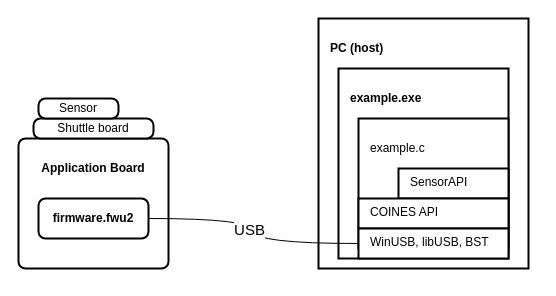
Before: doc/docs/accessing_the_sensor_on_application_board/working_princpile_run_on_pc.drawio in pasunthamizh/COINES, a draw.io diagram. Source tidied: cells renumbered, new cells numbered last; positions are measured from the earlier drawing's top-left corner, leaving out a move shared by most shapes. Both pictures are drawn from the tidied source at 100%, with x=0, y=0 at pixel (18, 18).
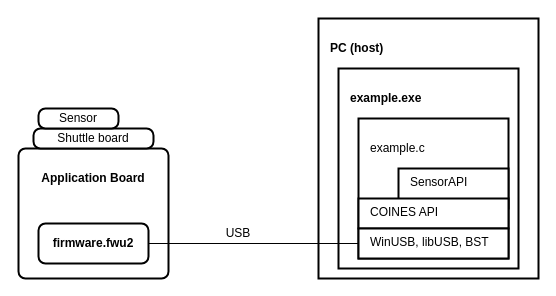
Above is the later version.

The edit, as a diff of the source:
```diff
@@
 <mxGraphModel>
   <root>
     <mxCell id="0" />
     <mxCell id="1" parent="0" />
     <mxCell id="2" value="&lt;h4&gt;Application Board&lt;/h4&gt;" style="rounded=1;whiteSpace=wrap;html=1;absoluteArcSize=1;arcSize=14;strokeWidth=2;horizontal=1;verticalAlign=top;" parent="1" vertex="1">
-      <mxGeometry y="120" width="150" height="130" as="geometry" />
+      <mxGeometry y="130" width="150" height="130" as="geometry" />
     </mxCell>
     <mxCell id="3" value="&lt;b&gt;firmware.fwu2&lt;/b&gt;" style="rounded=1;whiteSpace=wrap;html=1;absoluteArcSize=1;arcSize=14;strokeWidth=2;" parent="1" vertex="1">
-      <mxGeometry x="20" y="180" width="110" height="40" as="geometry" />
+      <mxGeometry x="20" y="205" width="110" height="40" as="geometry" />
     </mxCell>
     <mxCell id="4" value="Shuttle board" style="rounded=1;whiteSpace=wrap;html=1;absoluteArcSize=1;arcSize=14;strokeWidth=2;" parent="1" vertex="1">
-      <mxGeometry x="15" y="100" width="120" height="20" as="geometry" />
+      <mxGeometry x="15" y="110" width="120" height="20" as="geometry" />
     </mxCell>
     <mxCell id="5" value="Sensor" style="rounded=1;whiteSpace=wrap;html=1;absoluteArcSize=1;arcSize=14;strokeWidth=2;" parent="1" vertex="1">
-      <mxGeometry x="20" y="80" width="80" height="20" as="geometry" />
+      <mxGeometry x="20" y="90" width="80" height="20" as="geometry" />
     </mxCell>
     <mxCell id="6" value="&lt;h4&gt;PC (host)&lt;/h4&gt;" style="rounded=0;whiteSpace=wrap;html=1;absoluteArcSize=1;arcSize=14;strokeWidth=2;shadow=0;glass=0;verticalAlign=top;align=left;spacingLeft=10;" parent="1" vertex="1">
-      <mxGeometry x="300" width="210" height="250" as="geometry" />
+      <mxGeometry x="300" width="220" height="260" as="geometry" />
     </mxCell>
     <mxCell id="7" value="&lt;h4&gt;example.exe&lt;/h4&gt;" style="rounded=0;whiteSpace=wrap;html=1;absoluteArcSize=1;arcSize=14;strokeWidth=2;shadow=0;glass=0;verticalAlign=top;align=left;spacingLeft=10;" parent="1" vertex="1">
-      <mxGeometry x="320" y="50" width="170" height="190" as="geometry" />
+      <mxGeometry x="320" y="50" width="180" height="200" as="geometry" />
     </mxCell>
     <mxCell id="8" value="&lt;h4&gt;&lt;span style=&quot;font-weight: normal;&quot;&gt;example.c&lt;/span&gt;&lt;/h4&gt;" style="rounded=0;whiteSpace=wrap;html=1;absoluteArcSize=1;arcSize=14;strokeWidth=2;shadow=0;glass=0;verticalAlign=top;align=left;spacingLeft=10;fontStyle=1;" parent="1" vertex="1">
-      <mxGeometry x="340" y="100" width="150" height="130" as="geometry" />
+      <mxGeometry x="340" y="100" width="150" height="140" as="geometry" />
     </mxCell>
     <mxCell id="9" value="SensorAPI" style="rounded=0;whiteSpace=wrap;html=1;absoluteArcSize=1;arcSize=14;strokeWidth=2;shadow=0;glass=0;verticalAlign=top;align=left;spacingLeft=10;spacing=2;spacingTop=0;" parent="1" vertex="1">
-      <mxGeometry x="380" y="150" width="110" height="30" as="geometry" />
+      <mxGeometry x="380" y="150" width="110" height="40" as="geometry" />
     </mxCell>
     <mxCell id="10" value="COINES API" style="rounded=0;whiteSpace=wrap;html=1;absoluteArcSize=1;arcSize=14;strokeWidth=2;shadow=0;glass=0;verticalAlign=top;align=left;spacingLeft=10;spacing=2;spacingTop=0;" parent="1" vertex="1">
       <mxGeometry x="340" y="180" width="150" height="30" as="geometry" />
     </mxCell>
     <mxCell id="11" value="WinUSB, libUSB, BST" style="rounded=0;whiteSpace=wrap;html=1;absoluteArcSize=1;arcSize=14;strokeWidth=2;shadow=0;glass=0;verticalAlign=top;align=left;spacingLeft=10;spacing=2;spacingTop=0;" parent="1" vertex="1">
       <mxGeometry x="340" y="210" width="150" height="30" as="geometry" />
     </mxCell>
-    <mxCell id="12" style="edgeStyle=orthogonalEdgeStyle;rounded=0;jettySize=auto;html=1;entryX=0;entryY=0.5;entryDx=0;entryDy=0;curved=1;endArrow=none;endFill=0;" parent="1" edge="1" source="3" target="11">
+    <mxCell id="12" style="endArrow=none;html=1;exitX=1;exitY=0.5;exitDx=0;exitDy=0;entryX=0;entryY=0.5;entryDx=0;entryDy=0;" parent="1" edge="1" source="3" target="11">
       <mxGeometry relative="1" as="geometry" />
     </mxCell>
-    <mxCell id="13" value="USB" style="edgeLabel;html=1;align=center;verticalAlign=middle;fontSize=15;" parent="12" vertex="1">
-      <mxGeometry x="-0.46" relative="1" as="geometry">
-        <mxPoint x="37" y="10" as="offset" />
-      </mxGeometry>
+    <mxCell id="13" value="USB" style="text;html=1;strokeColor=none;fillColor=none;align=center;verticalAlign=middle;whiteSpace=wrap;rounded=0;" parent="1" vertex="1">
+      <mxGeometry x="190" y="200" width="60" height="30" as="geometry" />
     </mxCell>
   </root>
 </mxGraphModel>
```
